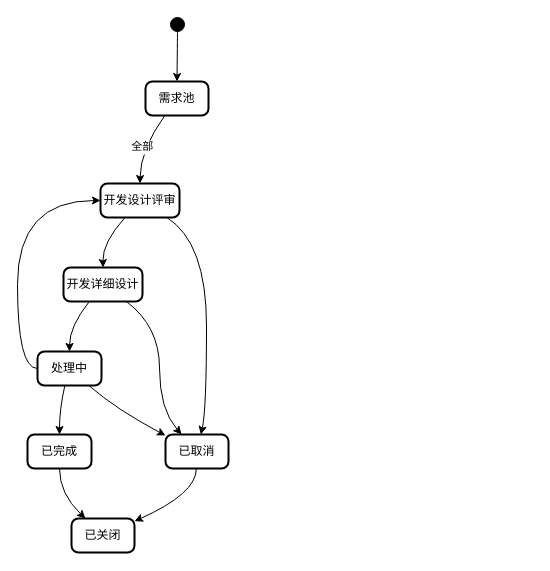
Above: 未命名绘图.drawio in bachcuda/etltool (draw.io), before the change. Source tidied: cells renumbered, new cells numbered last; positions are measured from the earlier drawing's top-left corner, leaving out a move shared by most shapes. Both pictures are drawn from the tidied source at 100%, with x=0, y=0 at pixel (27, 17).
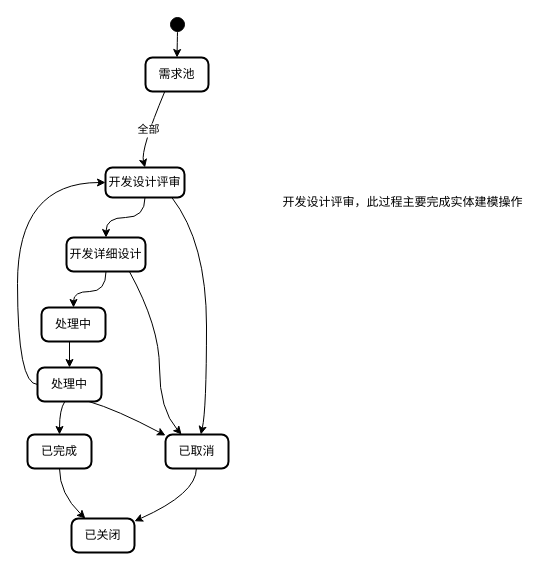
The same page after the edit.

Commit message (it also covers changes not shown here):
更新未命名绘图.drawio

Change to the diagram source:
```diff
@@
     <mxCell id="3" value="需求池" style="rounded=1;absoluteArcSize=1;arcSize=14;whiteSpace=wrap;strokeWidth=2;" parent="1" vertex="1">
-      <mxGeometry x="118" y="64" width="63" height="34" as="geometry" />
+      <mxGeometry x="118" y="40" width="63" height="34" as="geometry" />
     </mxCell>
+    <mxCell id="13" style="edgeStyle=orthogonalEdgeStyle;rounded=0;jettySize=auto;html=1;entryX=0.5;entryY=0;entryDx=0;entryDy=0;curved=1;" parent="1" edge="1" source="4" target="5">
+      <mxGeometry relative="1" as="geometry" />
+    </mxCell>
     <mxCell id="4" value="开发设计评审" style="rounded=1;absoluteArcSize=1;arcSize=14;whiteSpace=wrap;strokeWidth=2;" parent="1" vertex="1">
-      <mxGeometry x="73" y="166" width="79" height="34" as="geometry" />
+      <mxGeometry x="78" y="150" width="79" height="30" as="geometry" />
     </mxCell>
+    <mxCell id="21" style="edgeStyle=orthogonalEdgeStyle;rounded=0;jettySize=auto;html=1;entryX=0.5;entryY=0;entryDx=0;entryDy=0;curved=1;" parent="1" edge="1" source="5" target="24">
+      <mxGeometry relative="1" as="geometry" />
+    </mxCell>
     <mxCell id="5" value="开发详细设计" style="rounded=1;absoluteArcSize=1;arcSize=14;whiteSpace=wrap;strokeWidth=2;" parent="1" vertex="1">
-      <mxGeometry x="36" y="250" width="79" height="34" as="geometry" />
+      <mxGeometry x="39" y="220" width="79" height="34" as="geometry" />
     </mxCell>
@@
     <mxCell id="7" value="处理中" style="rounded=1;absoluteArcSize=1;arcSize=14;whiteSpace=wrap;strokeWidth=2;" parent="1" vertex="1">
-      <mxGeometry x="10" y="334" width="64" height="34" as="geometry" />
+      <mxGeometry x="10" y="350" width="64" height="34" as="geometry" />
     </mxCell>
@@
-    <mxCell id="13" style="curved=1;startArrow=none;exitX=0.31;exitY=1;entryX=0.5;entryY=0;rounded=0;" parent="1" edge="1" source="4" target="5">
-      <mxGeometry relative="1" as="geometry">
-        <Array as="points">
-          <mxPoint x="75" y="225" />
-        </Array>
-      </mxGeometry>
-    </mxCell>
-    <mxCell id="14" style="curved=1;startArrow=none;exitX=0.33;exitY=0.99;entryX=0.5;entryY=-0.01;rounded=0;" parent="1" edge="1" source="5" target="7">
-      <mxGeometry relative="1" as="geometry">
-        <Array as="points">
-          <mxPoint x="42" y="309" />
-        </Array>
-      </mxGeometry>
-    </mxCell>
@@
+    <mxCell id="22" value="开发设计评审，&lt;span style=&quot;background-color: initial;&quot;&gt;此过程主要完成实体建模操作&lt;/span&gt;" style="text;html=1;align=center;verticalAlign=middle;strokeColor=none;fillColor=none;" parent="1" vertex="1">
+      <mxGeometry x="245" y="170" width="260" height="30" as="geometry" />
+    </mxCell>
+    <mxCell id="23" style="edgeStyle=orthogonalEdgeStyle;rounded=0;jettySize=auto;html=1;exitX=0.5;exitY=1;exitDx=0;exitDy=0;entryX=0.5;entryY=0;entryDx=0;entryDy=0;" parent="1" edge="1" source="24" target="7">
+      <mxGeometry relative="1" as="geometry" />
+    </mxCell>
+    <mxCell id="24" value="处理中" style="rounded=1;absoluteArcSize=1;arcSize=14;whiteSpace=wrap;strokeWidth=2;" parent="1" vertex="1">
+      <mxGeometry x="14" y="290" width="64" height="34" as="geometry" />
+    </mxCell>
```
